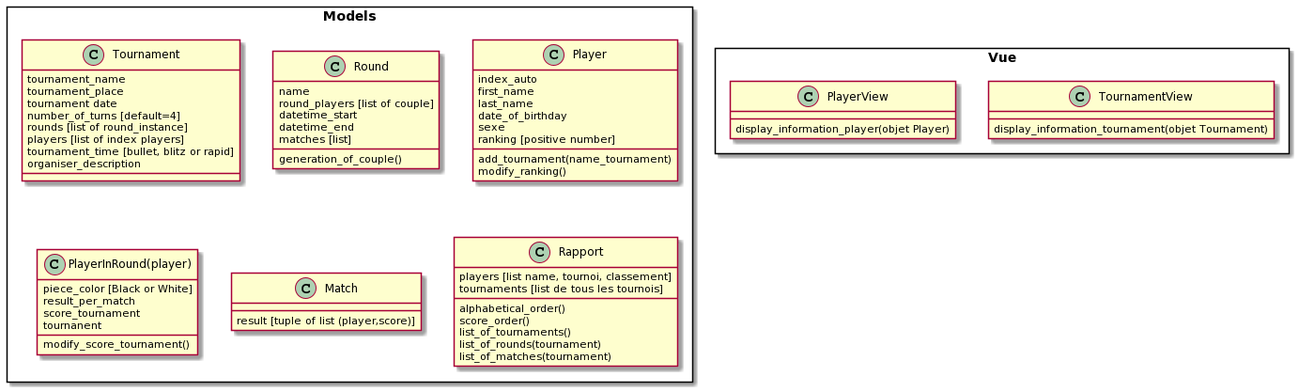
AnaisG14/P4_chess_tournament keeps this PlantUML diagram as diagramme_classe.png. Above is the earlier version.
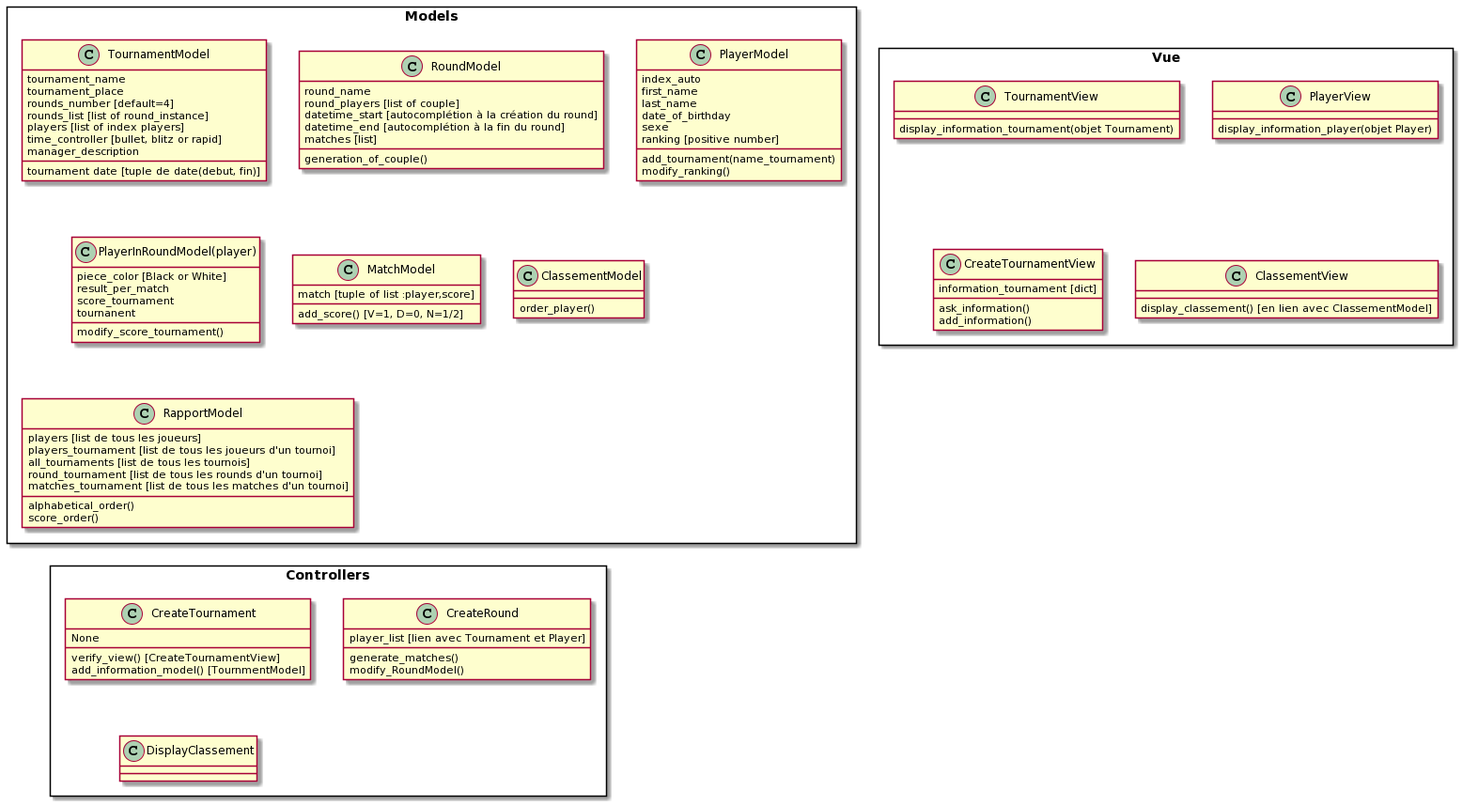
After the change.

Diff of the diagram source:
```diff
@@ -1,27 +1,27 @@
 @startuml
 Rectangle Models{
-class Tournament {
+class TournamentModel {
 tournament_name
 tournament_place
-tournament date
-number_of_turns [default=4]
-rounds [list of round_instance]
+tournament date [tuple de date(debut, fin)]
+rounds_number [default=4]
+rounds_list [list of round_instance]
 players [list of index players]
-tournament_time [bullet, blitz or rapid]
-organiser_description
+time_controller [bullet, blitz or rapid]
+manager_description
 }
 
-class Round {
-name
+class RoundModel {
+round_name
 round_players [list of couple]
-datetime_start
-datetime_end
+datetime_start [autocomplétion à la création du round]
+datetime_end [autocomplétion à la fin du round]
 matches [list]
 
 generation_of_couple()
 }
 
-class Player {
+class PlayerModel {
 index_auto
 first_name
 last_name
@@ -33,9 +33,7 @@
 modify_ranking()
 }
 
-
-
-class PlayerInRound(player) {
+class PlayerInRoundModel(player) {
 piece_color [Black or White]
 result_per_match
 score_tournament
@@ -44,19 +42,24 @@
 modify_score_tournament()
 }
 
-class Match {
-result [tuple of list (player,score)]
+class MatchModel {
+match [tuple of list :player,score]
+add_score() [V=1, D=0, N=1/2]
 }
 
-class Rapport {
-players [list name, tournoi, classement]
-tournaments [list de tous les tournois]
+class ClassementModel {
+order_player()
+}
+
+class RapportModel {
+players [list de tous les joueurs]
+players_tournament [list de tous les joueurs d'un tournoi]
+all_tournaments [list de tous les tournois]
+round_tournament [list de tous les rounds d'un tournoi]
+matches_tournament [list de tous les matches d'un tournoi]
 
 alphabetical_order()
 score_order()
-list_of_tournaments()
-list_of_rounds(tournament)
-list_of_matches(tournament)
 }
 }
 
@@ -68,4 +71,32 @@
 Class PlayerView {
 display_information_player(objet Player)
 }
+
+class CreateTournamentView {
+information_tournament [dict]
+ask_information()
+add_information()
+}
+
+class ClassementView {
+display_classement() [en lien avec ClassementModel]
+}
+}
+
+Rectangle Controllers {
+class CreateTournament {
+None
+verify_view() [CreateTournamentView]
+add_information_model() [TournmentModel]
+}
+
+class CreateRound {
+player_list [lien avec Tournament et Player]
+generate_matches()
+modify_RoundModel()
+}
+
+class DisplayClassement {
+}
+}
 @enduml
```
